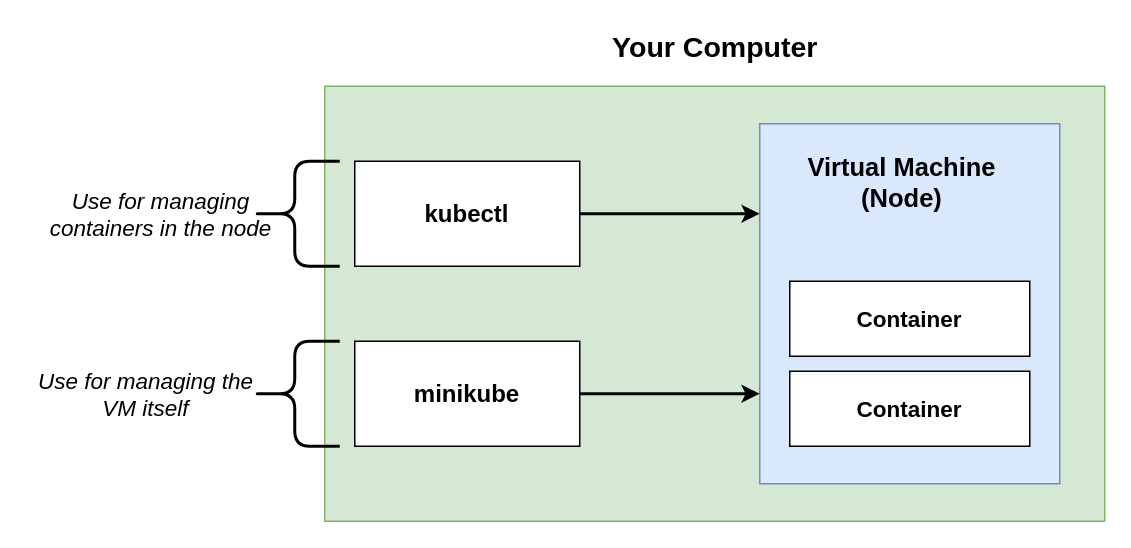
micheal08/mylearningdata keeps this draw.io diagram as page "Minikube" (3 of 3) of kubernetes/Kubernetes_Cluster.drawio. Above is the earlier version. Source tidied: cells renumbered, new cells numbered last; positions are measured from the earlier drawing's top-left corner, leaving out a move shared by most shapes. Both pictures are drawn from the tidied source at 150%, with x=0, y=0 at pixel (26, 26).
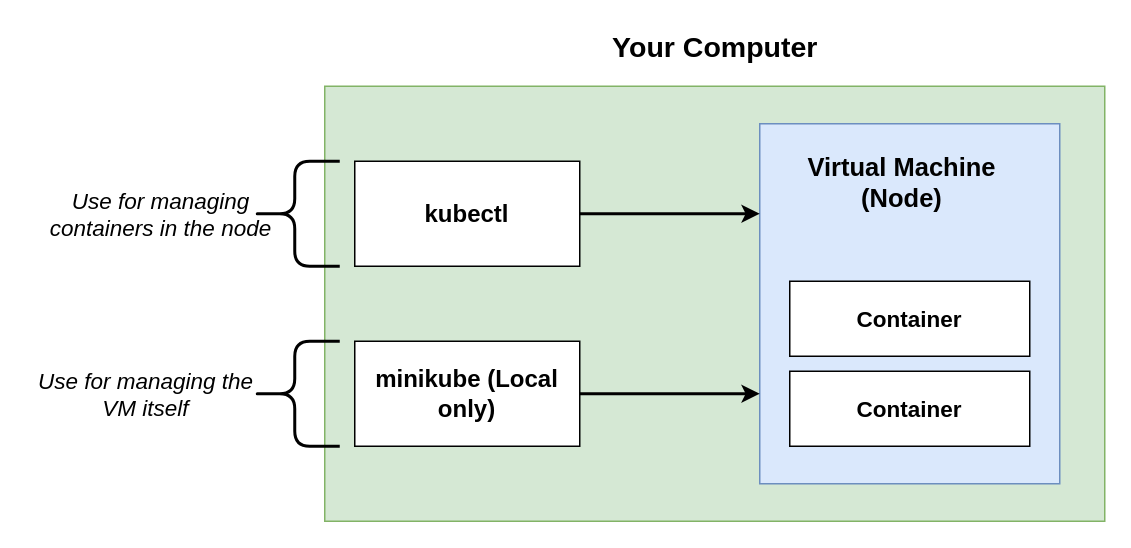
After the change.

Commit message:
Update minikube page

The edit, as a diff of the source:
```diff
@@
 <mxGraphModel>
   <root>
     <mxCell id="0" />
     <mxCell id="1" parent="0" />
     <mxCell id="2" style="rounded=0;whiteSpace=wrap;html=1;fillColor=#d5e8d4;strokeColor=#82b366;" parent="1" vertex="1">
       <mxGeometry x="199" y="40" width="520" height="290" as="geometry" />
     </mxCell>
     <mxCell id="3" style="rounded=0;whiteSpace=wrap;html=1;fillColor=#dae8fc;strokeColor=#6c8ebf;" parent="1" vertex="1">
       <mxGeometry x="489" y="65" width="200" height="240" as="geometry" />
     </mxCell>
     <mxCell id="4" value="Container" style="rounded=0;whiteSpace=wrap;html=1;fontSize=15;fontStyle=1;" parent="1" vertex="1">
       <mxGeometry x="509" y="230" width="160" height="50" as="geometry" />
     </mxCell>
     <mxCell id="5" value="Container" style="rounded=0;whiteSpace=wrap;html=1;fontSize=15;fontStyle=1;" parent="1" vertex="1">
       <mxGeometry x="509" y="170" width="160" height="50" as="geometry" />
     </mxCell>
     <mxCell id="6" style="edgeStyle=orthogonalEdgeStyle;rounded=0;jettySize=auto;html=1;entryX=0;entryY=0.25;entryDx=0;entryDy=0;strokeWidth=2;" parent="1" edge="1" source="7" target="3">
       <mxGeometry relative="1" as="geometry" />
     </mxCell>
     <mxCell id="7" value="kubectl" style="rounded=0;whiteSpace=wrap;html=1;fontSize=16;fontStyle=1;" parent="1" vertex="1">
       <mxGeometry x="219" y="90" width="150" height="70" as="geometry" />
     </mxCell>
     <mxCell id="8" style="edgeStyle=orthogonalEdgeStyle;rounded=0;jettySize=auto;html=1;entryX=0;entryY=0.75;entryDx=0;entryDy=0;strokeWidth=2;" parent="1" edge="1" source="9" target="3">
       <mxGeometry relative="1" as="geometry" />
     </mxCell>
-    <mxCell id="9" value="minikube" style="rounded=0;whiteSpace=wrap;html=1;fontSize=16;fontStyle=1;" parent="1" vertex="1">
+    <mxCell id="9" value="minikube (Local only)" style="rounded=0;whiteSpace=wrap;html=1;fontSize=16;fontStyle=1;" parent="1" vertex="1">
       <mxGeometry x="219" y="210" width="150" height="70" as="geometry" />
     </mxCell>
     <mxCell id="10" value="Virtual Machine&lt;br style=&quot;font-size: 17px;&quot;&gt;(Node)" style="text;html=1;strokeColor=none;fillColor=none;align=center;verticalAlign=middle;whiteSpace=wrap;rounded=0;fontSize=17;fontStyle=1;" parent="1" vertex="1">
       <mxGeometry x="519" y="80" width="130" height="50" as="geometry" />
     </mxCell>
     <mxCell id="11" value="Your Computer" style="text;html=1;align=center;verticalAlign=middle;fontSize=19;fontStyle=1;" parent="1" vertex="1">
       <mxGeometry x="384" width="150" height="30" as="geometry" />
     </mxCell>
     <mxCell id="12" style="shape=curlyBracket;whiteSpace=wrap;html=1;rounded=1;fontSize=19;fontStyle=1;strokeWidth=2;" parent="1" vertex="1">
       <mxGeometry x="149" y="90" width="60" height="70" as="geometry" />
     </mxCell>
     <mxCell id="13" style="shape=curlyBracket;whiteSpace=wrap;html=1;rounded=1;fontSize=19;strokeWidth=2;" parent="1" vertex="1">
       <mxGeometry x="149" y="210" width="60" height="70" as="geometry" />
     </mxCell>
     <mxCell id="14" value="Use for managing containers in the node" style="text;html=1;strokeColor=none;fillColor=none;align=center;verticalAlign=middle;whiteSpace=wrap;rounded=0;fontSize=15;fontStyle=2;" parent="1" vertex="1">
       <mxGeometry x="10" y="90" width="160" height="70" as="geometry" />
     </mxCell>
     <mxCell id="15" value="Use for managing the VM itself" style="text;html=1;strokeColor=none;fillColor=none;align=center;verticalAlign=middle;whiteSpace=wrap;rounded=0;fontSize=15;fontStyle=2;" parent="1" vertex="1">
       <mxGeometry y="210" width="160" height="70" as="geometry" />
     </mxCell>
   </root>
 </mxGraphModel>
```
